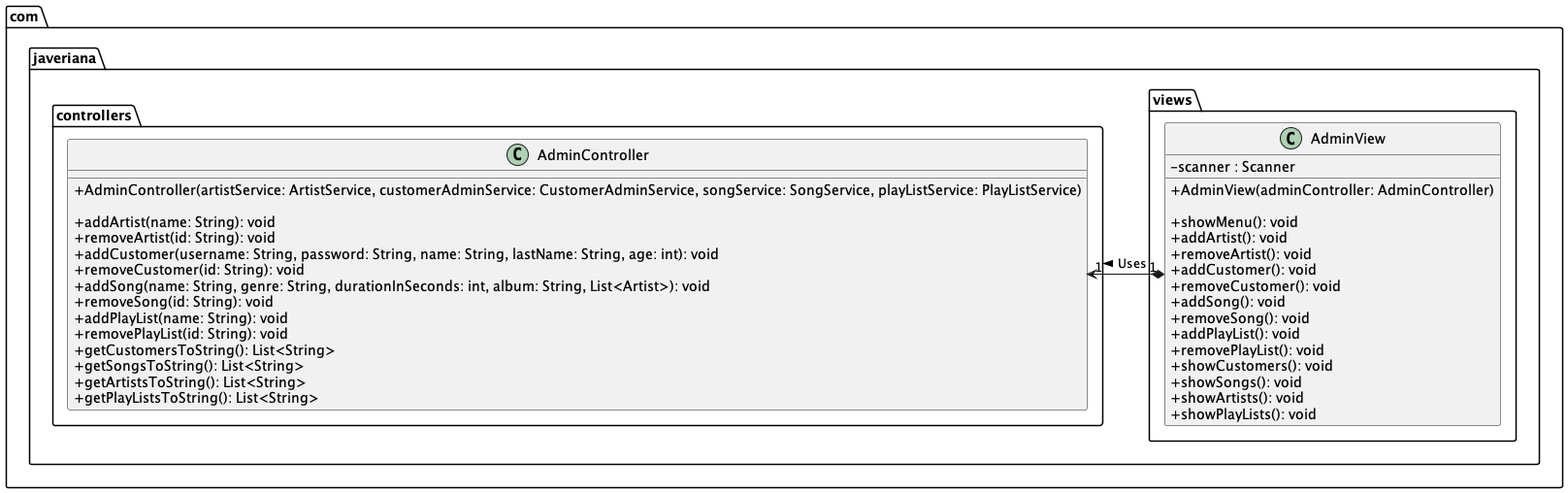
Before: assets/workshop7-diagram-adminView-spotify.png, a diagram exported from PlantUML (clase-programacion-avanzada/JAVA-Workshop-7). Source of this version:
```plantuml
@startuml
skinparam classAttributeIconSize 0
class com.javeriana.models.Artist $Artist {
    - id: UUID
    - name: String

    + Artist(id: UUID, name: String)
    + Artist(name: String)
}

class com.javeriana.models.Customer $Customer {
    - id: UUID
    - username: String
    - password: String
    - name: String
    - lastName: String
    - age: int

    + Customer(username: String, password: String, name: String, lastName: String, age: int)
    + Customer(UUID: id, username: String, password: String, name: String, lastName: String, age: int, List<Artist> followedArtists, List<playList> playLists)
}

class com.javeriana.models.playList $PlayList {
    - id: UUID
    - name: String

    + playList(name: String)
    + playList(UUID: id, name: String, List<Song> songs)
}

class com.javeriana.models.Song $Song {
    - id: UUID
    - name: String
    - genre: String
    - durationInSeconds: int
    - album: String

    + Song(name: String, genre: String, durationInSeconds: int, album: String)
    + Song(UUID: id, name: String, genre: String, durationInSeconds: int, album: String, List<Artist> artists)
}

class com.javeriana.services.ArtistService $ArtistService {

    + ArtistService()

    + getArtists(): List<Artist>
    + addArtist(name: String): Artist
    + removeArtist(id: String): boolean
    + getArtistById(id: String): Artist
    + getArtistsToString(): List<String>
}

class com.javeriana.services.CustomerAdminService $CustomerAdminService {

    + CustomerAdminService()

    + getCustomers(): List<Customer>
    + addCustomer(username: String, password: String, name: String, lastName: String, age: int): Customer
    + removeCustomer(id: String): boolean
    + getCustomerById(id: String): Customer
    + getCustomersToString(): List<String>
}

class com.javeriana.services.SongService $SongService {

    + SongService()

    + getSongs(): List<Song>
    + addSong(name: String, genre: String, durationInSeconds: int, album: String, List<Artist>): Song
    + removeSong(id: String): boolean
    + getSongById(id: String): Song
    + getSongsToString(): List<String>
}

class com.javeriana.services.PlayListService $PlayListService {

    + PlayListService()

    + getPlayLists(): List<playList>
    + addPlayList(name: String): playList
    + removePlayList(id: String): boolean
    + getPlayListById(id: String): playList
    + getPlayListsToString(): List<String>
}

class com.javeriana.controllers.AdminController $AdminController {

    + AdminController(artistService: ArtistService, customerAdminService: CustomerAdminService, songService: SongService, playListService: PlayListService)

    + addArtist(name: String): void
    + removeArtist(id: String): void
    + addCustomer(username: String, password: String, name: String, lastName: String, age: int): void
    + removeCustomer(id: String): void
    + addSong(name: String, genre: String, durationInSeconds: int, album: String, List<Artist>): void
    + removeSong(id: String): void
    + addPlayList(name: String): void
    + removePlayList(id: String): void
    + getCustomersToString(): List<String>
    + getSongsToString(): List<String>
    + getArtistsToString(): List<String>
    + getPlayListsToString(): List<String>

}

class com.javeriana.views.AdminView $AdminView {

    - scanner : Scanner

    + AdminView(adminController: AdminController)

    + showMenu(): void
    + addArtist(): void
    + removeArtist(): void
    + addCustomer(): void
    + removeCustomer(): void
    + addSong(): void
    + removeSong(): void
    + addPlayList(): void
    + removePlayList(): void
    + showCustomers(): void
    + showSongs(): void
    + showArtists(): void
    + showPlayLists(): void
}

class Main $Main {

    + Main()
    + main(args: String[]): void


}

com.javeriana.models.Customer "1" o-> "0..*" com.javeriana.models.playList : Has a list (playLists) >
com.javeriana.models.Customer "1" o--> "0..*" com.javeriana.models.Artist : Has a list (followedArtists) >
com.javeriana.models.playList "1" o--> "0..*" com.javeriana.models.Song : Has a list (songs) >
com.javeriana.models.Song "1" *-> "1..*" com.javeriana.models.Artist : Has a list (artists) >

com.javeriana.services.ArtistService "1" o--> "*" com.javeriana.models.Artist : Has a list (artists) >
com.javeriana.services.CustomerAdminService "1" o--> "*" com.javeriana.models.Customer : Has a list (customers) >
com.javeriana.services.SongService "1" o-> "*" com.javeriana.models.Song : Has a list (songs) >
com.javeriana.services.PlayListService "1" o-> "*" com.javeriana.models.playList : Has a list (playLists) >

com.javeriana.controllers.AdminController "1" *--> "1" com.javeriana.services.ArtistService : Uses >
com.javeriana.controllers.AdminController "1" *--> "1" com.javeriana.services.CustomerAdminService : Uses >
com.javeriana.controllers.AdminController "1" *--> "1" com.javeriana.services.SongService : Uses >
com.javeriana.controllers.AdminController "1" *--> "1" com.javeriana.services.PlayListService : Uses >

com.javeriana.views.AdminView "1" *-> "1" com.javeriana.controllers.AdminController : Uses >

Main -down-> AdminView : Creates >






remove $Main

remove $Artist
remove $Customer
remove $Song
remove $PlayList

remove $CustomerAdminService
remove $SongService
remove $PlayListService
remove $ArtistService





@enduml
```
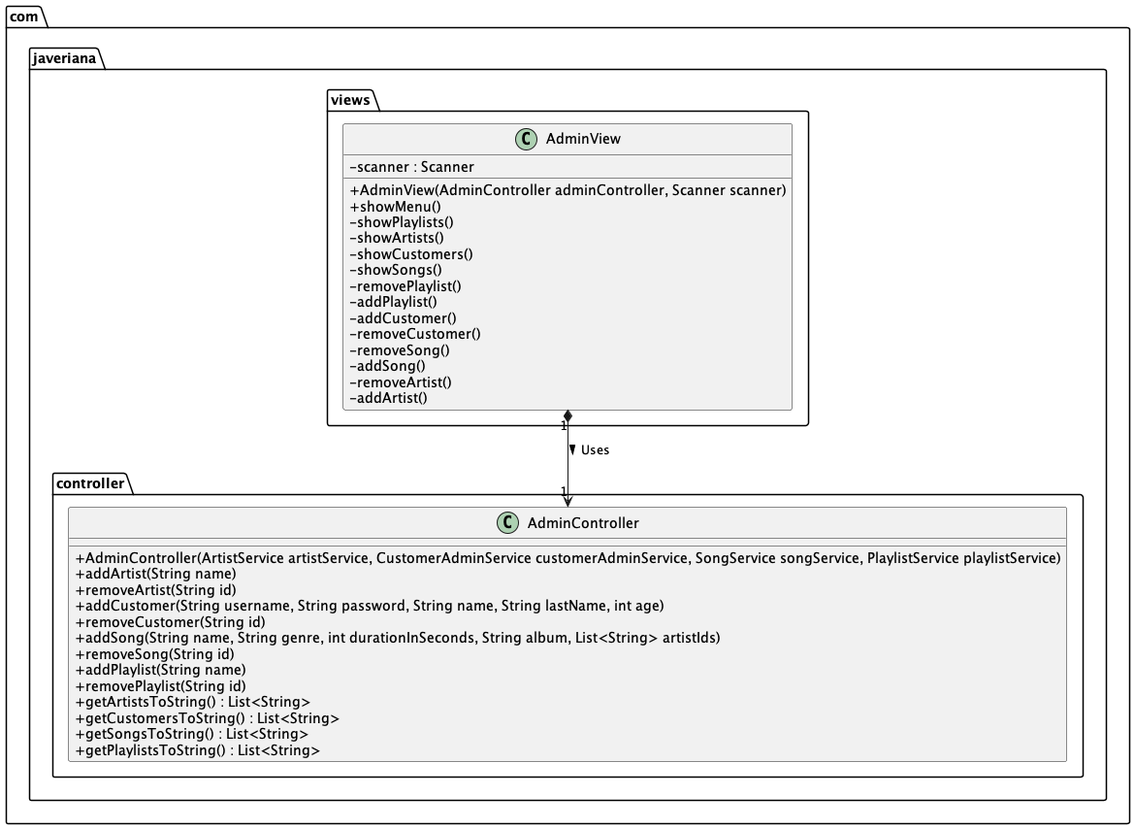
After the change.

What changed in the source:
```diff
@@ -1,6 +1,6 @@
 @startuml
 skinparam classAttributeIconSize 0
-class com.javeriana.models.Artist $Artist {
+class com.javeriana.model.Artist $Artist {
     - id: UUID
     - name: String
 
@@ -8,7 +8,7 @@
     + Artist(name: String)
 }
 
-class com.javeriana.models.Customer $Customer {
+class com.javeriana.model.Customer $Customer {
     - id: UUID
     - username: String
     - password: String
@@ -18,87 +18,136 @@
 
     + Customer(username: String, password: String, name: String, lastName: String, age: int)
     + Customer(UUID: id, username: String, password: String, name: String, lastName: String, age: int, List<Artist> followedArtists, List<playList> playLists)
+
+
+    + getId() : UUID
+    + getUsername() : String
+    + setUsername(String username)
+    + getPassword() : String
+    + setPassword(String password)
+    + getName() : String
+    + setName(String name)
+    + getLastName() : String
+    + setLastName(String lastName)
+    + getAge() : int
+    + setAge(int age)
+    + addArtist(Artist artist) : boolean
+    + removePlaylist(UUID id) : boolean
+    + removeArtist(UUID artistId)
+    + removeSongFromPlayLists(UUID songId)
+    + toString() : String
+    - getPlaylistById(UUID id) : Playlist
+    - getArtistById(UUID id) : Artist
 }
 
-class com.javeriana.models.playList $PlayList {
+class com.javeriana.model.Playlist $Playlist {
     - id: UUID
     - name: String
 
     + playList(name: String)
     + playList(UUID: id, name: String, List<Song> songs)
+
+
+    + getId() : UUID
+    + getName() : String
+    + setName(String name)
+    + getSongs() : List<Song>
+    + removeSong(UUID songId)
+    + removeSongsOfArtist(UUID artistId)
+    + toString() : String
+    - getSongById(UUID songId) : Song
 }
 
-class com.javeriana.models.Song $Song {
+class com.javeriana.model.Song $Song {
     - id: UUID
     - name: String
     - genre: String
     - durationInSeconds: int
     - album: String
 
-    + Song(name: String, genre: String, durationInSeconds: int, album: String)
-    + Song(UUID: id, name: String, genre: String, durationInSeconds: int, album: String, List<Artist> artists)
+    + Song(String name, String genre, int durationInSeconds, String album, List<Artist> artists)
+    + Song(UUID id, String name, String genre, int durationInSeconds, String album, List<Artist> artists)
+    + getId() : UUID
+    + getName() : String
+    + setName(String name)
+    + getGenre() : String
+    + setGenre(String genre)
+    + getDurationInSeconds() : int
+    + setDurationInSeconds(int durationInSeconds)
+    + getAlbum() : String
+    + setAlbum(String album)
+    + getArtists() : List<Artist>
+    + hasArtist(UUID artistId) : boolean
+    + toString() : String
 }
 
-class com.javeriana.services.ArtistService $ArtistService {
+class com.javeriana.service.ArtistService $ArtistService {
 
     + ArtistService()
 
-    + getArtists(): List<Artist>
-    + addArtist(name: String): Artist
-    + removeArtist(id: String): boolean
-    + getArtistById(id: String): Artist
-    + getArtistsToString(): List<String>
+
+    + getArtists() : List<Artist>
+    + addArtist(String name) : Artist
+    + getArtistById(UUID id) : Artist
+    + removeArtist(UUID id) : boolean
+    + getArtistsToString() : List<String>
+    + getArtistsByIds(List<UUID> artists) : List<Artist>
 }
 
-class com.javeriana.services.CustomerAdminService $CustomerAdminService {
+class com.javeriana.service.CustomerAdminService $CustomerAdminService {
 
     + CustomerAdminService()
 
-    + getCustomers(): List<Customer>
-    + addCustomer(username: String, password: String, name: String, lastName: String, age: int): Customer
-    + removeCustomer(id: String): boolean
-    + getCustomerById(id: String): Customer
-    + getCustomersToString(): List<String>
+
+    + getCustomers() : List<Customer>
+    + addCustomer(String username, String password, String name, String lastName, int age)
+    + removeCustomer(UUID id) : boolean
+    + getCustomerById(UUID id) : Customer
+    + getCustomersToString() : List<String>
+    + removePlaylistFromCustomers(UUID playlistId)
+    + removeArtistFromCustomers(UUID artistId)
 }
 
-class com.javeriana.services.SongService $SongService {
+class com.javeriana.service.SongService $SongService {
 
     + SongService()
 
-    + getSongs(): List<Song>
-    + addSong(name: String, genre: String, durationInSeconds: int, album: String, List<Artist>): Song
-    + removeSong(id: String): boolean
-    + getSongById(id: String): Song
-    + getSongsToString(): List<String>
+
+    + getSongs() : List<Song>
+    + addSong(String name, String genre, int durationInSeconds, String album, List<Artist> artists)
+    + removeSong(UUID songId) : boolean
+    + getSongById(UUID songId) : Song
+    + removeSongsOfArtist(UUID artistId)
+    + getSongsToString() : List<String>
 }
 
-class com.javeriana.services.PlayListService $PlayListService {
+class com.javeriana.service.PlaylistService $PlaylistService {
 
-    + PlayListService()
-
-    + getPlayLists(): List<playList>
-    + addPlayList(name: String): playList
-    + removePlayList(id: String): boolean
-    + getPlayListById(id: String): playList
-    + getPlayListsToString(): List<String>
+    + PlaylistService()
+    + getPlaylists() : List<Playlist>
+    + addPlaylist(String name)
+    + removePlaylist(UUID id) : boolean
+    + getPlaylistById(UUID id) : Playlist
+    + removeSongsOfArtist(UUID artistId)
+    + getPlaylistsToString() : List<String>
+    + removeSongFromPlaylists(UUID uuid)
 }
 
-class com.javeriana.controllers.AdminController $AdminController {
+class com.javeriana.controller.AdminController $AdminController {
 
-    + AdminController(artistService: ArtistService, customerAdminService: CustomerAdminService, songService: SongService, playListService: PlayListService)
-
-    + addArtist(name: String): void
-    + removeArtist(id: String): void
-    + addCustomer(username: String, password: String, name: String, lastName: String, age: int): void
-    + removeCustomer(id: String): void
-    + addSong(name: String, genre: String, durationInSeconds: int, album: String, List<Artist>): void
-    + removeSong(id: String): void
-    + addPlayList(name: String): void
-    + removePlayList(id: String): void
-    + getCustomersToString(): List<String>
-    + getSongsToString(): List<String>
-    + getArtistsToString(): List<String>
-    + getPlayListsToString(): List<String>
+     + AdminController(ArtistService artistService, CustomerAdminService customerAdminService, SongService songService, PlaylistService playlistService)
+     + addArtist(String name)
+     + removeArtist(String id)
+     + addCustomer(String username, String password, String name, String lastName, int age)
+     + removeCustomer(String id)
+     + addSong(String name, String genre, int durationInSeconds, String album, List<String> artistIds)
+     + removeSong(String id)
+     + addPlaylist(String name)
+     + removePlaylist(String id)
+     + getArtistsToString() : List<String>
+     + getCustomersToString() : List<String>
+     + getSongsToString() : List<String>
+     + getPlaylistsToString() : List<String>
 
 }
 
@@ -106,21 +155,20 @@
 
     - scanner : Scanner
 
-    + AdminView(adminController: AdminController)
-
-    + showMenu(): void
-    + addArtist(): void
-    + removeArtist(): void
-    + addCustomer(): void
-    + removeCustomer(): void
-    + addSong(): void
-    + removeSong(): void
-    + addPlayList(): void
-    + removePlayList(): void
-    + showCustomers(): void
-    + showSongs(): void
-    + showArtists(): void
-    + showPlayLists(): void
+    + AdminView(AdminController adminController, Scanner scanner)
+    + showMenu()
+    - showPlaylists()
+    - showArtists()
+    - showCustomers()
+    - showSongs()
+    - removePlaylist()
+    - addPlaylist()
+    - addCustomer()
+    - removeCustomer()
+    - removeSong()
+    - addSong()
+    - removeArtist()
+    - addArtist()
 }
 
 class Main $Main {
@@ -131,24 +179,25 @@
 
 }
 
-com.javeriana.models.Customer "1" o-> "0..*" com.javeriana.models.playList : Has a list (playLists) >
-com.javeriana.models.Customer "1" o--> "0..*" com.javeriana.models.Artist : Has a list (followedArtists) >
-com.javeriana.models.playList "1" o--> "0..*" com.javeriana.models.Song : Has a list (songs) >
-com.javeriana.models.Song "1" *-> "1..*" com.javeriana.models.Artist : Has a list (artists) >
+com.javeriana.model.Customer "1" o-> "0..*" com.javeriana.model.Playlist : Has a list (playlists) >
+com.javeriana.model.Customer "1" o--> "0..*" com.javeriana.model.Artist : Has a list (followedArtists) >
+com.javeriana.model.Playlist "1" o--> "0..*" com.javeriana.model.Song : Has a list (songs) >
+com.javeriana.model.Song "1" *-> "1..*" com.javeriana.model.Artist : Has a list (artists) >
 
-com.javeriana.services.ArtistService "1" o--> "*" com.javeriana.models.Artist : Has a list (artists) >
-com.javeriana.services.CustomerAdminService "1" o--> "*" com.javeriana.models.Customer : Has a list (customers) >
-com.javeriana.services.SongService "1" o-> "*" com.javeriana.models.Song : Has a list (songs) >
-com.javeriana.services.PlayListService "1" o-> "*" com.javeriana.models.playList : Has a list (playLists) >
+com.javeriana.service.ArtistService "1" o--> "*" com.javeriana.model.Artist : Has a list (artists) >
+com.javeriana.service.CustomerAdminService "1" o--> "*" com.javeriana.model.Customer : Has a list (customers) >
+com.javeriana.service.SongService "1" o-> "*" com.javeriana.model.Song : Has a list (songs) >
+com.javeriana.service.PlaylistService "1" o-> "*" com.javeriana.model.Playlist : Has a list (playLists) >
 
-com.javeriana.controllers.AdminController "1" *--> "1" com.javeriana.services.ArtistService : Uses >
-com.javeriana.controllers.AdminController "1" *--> "1" com.javeriana.services.CustomerAdminService : Uses >
-com.javeriana.controllers.AdminController "1" *--> "1" com.javeriana.services.SongService : Uses >
-com.javeriana.controllers.AdminController "1" *--> "1" com.javeriana.services.PlayListService : Uses >
+com.javeriana.controller.AdminController "1" *--> "1" com.javeriana.service.ArtistService : Uses >
+com.javeriana.controller.AdminController "1" *--> "1" com.javeriana.service.CustomerAdminService : Uses >
+com.javeriana.controller.AdminController "1" *--> "1" com.javeriana.service.SongService : Uses >
+com.javeriana.controller.AdminController "1" *--> "1" com.javeriana.service.PlaylistService : Uses >
 
-com.javeriana.views.AdminView "1" *-> "1" com.javeriana.controllers.AdminController : Uses >
+com.javeriana.views.AdminView "1" *--> "1" com.javeriana.controller.AdminController : Uses >
 
 Main -down-> AdminView : Creates >
+
 
 
 
@@ -160,15 +209,11 @@
 remove $Artist
 remove $Customer
 remove $Song
-remove $PlayList
+remove $Playlist
 
 remove $CustomerAdminService
 remove $SongService
-remove $PlayListService
+remove $PlaylistService
 remove $ArtistService
 
-
-
-
-
 @enduml
```
